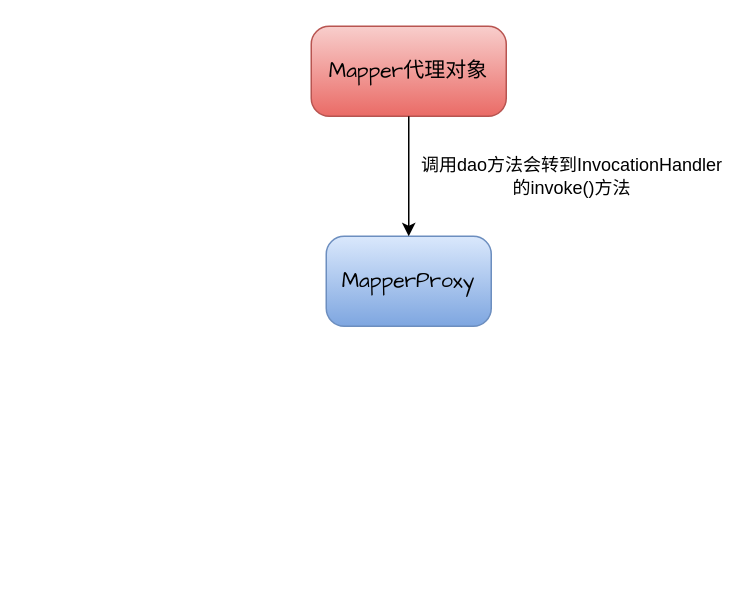
Before: page "Mapper调用dao方法" (5 of 5) of MyBatis概要流程.drawio in heweijun123/drawio-database, a draw.io diagram. Source tidied: cells renumbered, new cells numbered last; positions are measured from the earlier drawing's top-left corner, leaving out a move shared by most shapes. Both pictures are drawn from the tidied source at 150%, with x=0, y=0 at pixel (310, 26).
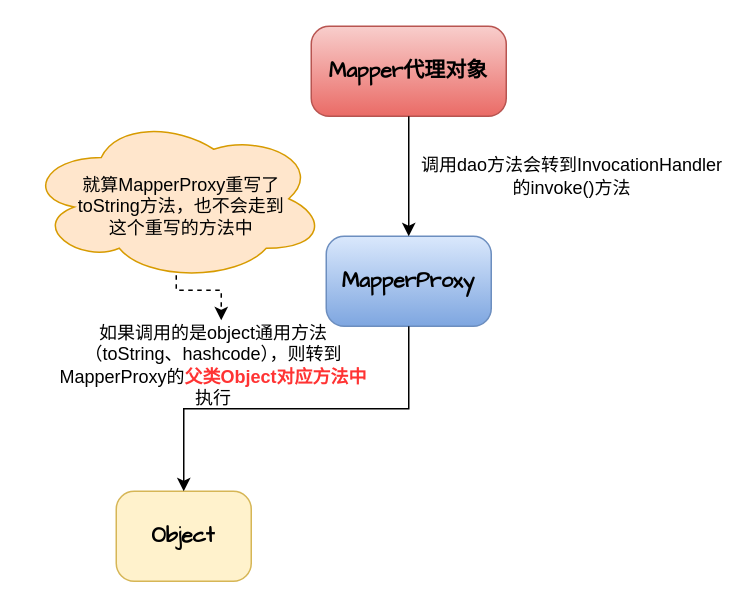
The same diagram, later.

What changed in the source:
```diff
@@
 <mxGraphModel>
   <root>
     <mxCell id="0" />
     <mxCell id="1" parent="0" />
     <mxCell id="2" style="group;" parent="1" vertex="1">
       <mxGeometry width="130" height="60" as="geometry" />
     </mxCell>
-    <mxCell id="3" value="&lt;span style=&quot;color: rgb(0 , 0 , 0)&quot;&gt;&lt;font style=&quot;font-size: 14px&quot;&gt;Mapper代理对象&lt;/font&gt;&lt;/span&gt;" style="rounded=1;whiteSpace=wrap;html=1;shadow=0;strokeColor=#b85450;fillColor=#f8cecc;arcSize=20;fontFamily=Comic Sans MS;gradientColor=#ea6b66;" parent="2" vertex="1">
+    <mxCell id="3" value="&lt;span style=&quot;color: rgb(0 , 0 , 0)&quot;&gt;&lt;font style=&quot;font-size: 14px&quot;&gt;&lt;b&gt;Mapper代理对象&lt;/b&gt;&lt;/font&gt;&lt;/span&gt;" style="rounded=1;whiteSpace=wrap;html=1;shadow=0;strokeColor=#b85450;fillColor=#f8cecc;arcSize=20;fontFamily=Comic Sans MS;gradientColor=#ea6b66;" parent="2" vertex="1">
       <mxGeometry width="130" height="60" as="geometry" />
     </mxCell>
     <mxCell id="4" style="group;" parent="1" vertex="1">
       <mxGeometry x="10" y="140" width="110" height="60" as="geometry" />
     </mxCell>
-    <mxCell id="5" value="&lt;span style=&quot;color: rgb(0 , 0 , 0) ; font-size: 14px&quot;&gt;MapperProxy&lt;/span&gt;" style="rounded=1;whiteSpace=wrap;html=1;shadow=0;fontColor=#000000;strokeColor=#6c8ebf;fillColor=#dae8fc;gradientColor=#7ea6e0;arcSize=20;fontFamily=Comic Sans MS;" parent="4" vertex="1">
+    <mxCell id="5" value="&lt;span style=&quot;color: rgb(0 , 0 , 0) ; font-size: 14px&quot;&gt;&lt;b&gt;MapperProxy&lt;/b&gt;&lt;/span&gt;" style="rounded=1;whiteSpace=wrap;html=1;shadow=0;fontColor=#000000;strokeColor=#6c8ebf;fillColor=#dae8fc;gradientColor=#7ea6e0;arcSize=20;fontFamily=Comic Sans MS;" parent="4" vertex="1">
       <mxGeometry width="110" height="60" as="geometry" />
     </mxCell>
     <mxCell id="6" style="rounded=0;jettySize=auto;html=1;exitX=0.5;exitY=1;exitDx=0;exitDy=0;" parent="1" edge="1" source="3" target="5">
       <mxGeometry relative="1" as="geometry" />
     </mxCell>
     <mxCell id="7" value="调用dao方法会转到InvocationHandler的invoke()方法" style="text;html=1;strokeColor=none;fillColor=none;align=center;verticalAlign=middle;whiteSpace=wrap;rounded=0;" parent="1" vertex="1">
       <mxGeometry x="69" y="90" width="210" height="20" as="geometry" />
     </mxCell>
+    <mxCell id="8" style="group;" parent="1" vertex="1">
+      <mxGeometry x="-130" y="310" width="90" height="60" as="geometry" />
+    </mxCell>
+    <mxCell id="9" value="&lt;font style=&quot;font-size: 14px&quot;&gt;&lt;b&gt;Object&lt;/b&gt;&lt;/font&gt;" style="rounded=1;whiteSpace=wrap;html=1;shadow=0;strokeColor=#d6b656;fillColor=#fff2cc;arcSize=20;fontFamily=Comic Sans MS;" parent="8" vertex="1">
+      <mxGeometry width="90" height="60" as="geometry" />
+    </mxCell>
+    <mxCell id="10" style="edgeStyle=orthogonalEdgeStyle;rounded=0;jettySize=auto;html=1;exitX=0.5;exitY=1;exitDx=0;exitDy=0;entryX=0.5;entryY=0;entryDx=0;entryDy=0;" parent="1" edge="1" source="5" target="9">
+      <mxGeometry relative="1" as="geometry" />
+    </mxCell>
+    <mxCell id="11" value="如果调用的是object通用方法（toString、hashcode），则转到MapperProxy的&lt;b&gt;&lt;font color=&quot;#ff3333&quot;&gt;父类Object对应方法中&lt;/font&gt;&lt;/b&gt;执行" style="text;html=1;strokeColor=none;fillColor=none;align=center;verticalAlign=middle;whiteSpace=wrap;rounded=0;" parent="1" vertex="1">
+      <mxGeometry x="-170" y="216" width="210" height="20" as="geometry" />
+    </mxCell>
+    <mxCell id="12" style="edgeStyle=orthogonalEdgeStyle;rounded=0;orthogonalLoop=1;jettySize=auto;html=1;dashed=1;" parent="1" edge="1">
+      <mxGeometry relative="1" as="geometry">
+        <mxPoint x="-90" y="166" as="sourcePoint" />
+        <mxPoint x="-60" y="196" as="targetPoint" />
+        <Array as="points">
+          <mxPoint x="-90" y="176" />
+          <mxPoint x="-60" y="176" />
+        </Array>
+      </mxGeometry>
+    </mxCell>
+    <mxCell id="13" style="group;" parent="1" vertex="1">
+      <mxGeometry x="-190" y="60" width="200" height="110" as="geometry" />
+    </mxCell>
+    <mxCell id="14" style="ellipse;shape=cloud;whiteSpace=wrap;html=1;fillColor=#ffe6cc;strokeColor=#d79b00;" parent="13" vertex="1">
+      <mxGeometry width="200" height="110" as="geometry" />
+    </mxCell>
+    <mxCell id="15" value="就算MapperProxy重写了toString方法，也不会走到这个重写的方法中" style="text;html=1;strokeColor=none;fillColor=none;align=center;verticalAlign=middle;whiteSpace=wrap;rounded=0;" parent="13" vertex="1">
+      <mxGeometry x="29.6" y="50" width="147.4" height="20" as="geometry" />
+    </mxCell>
   </root>
 </mxGraphModel>
```
